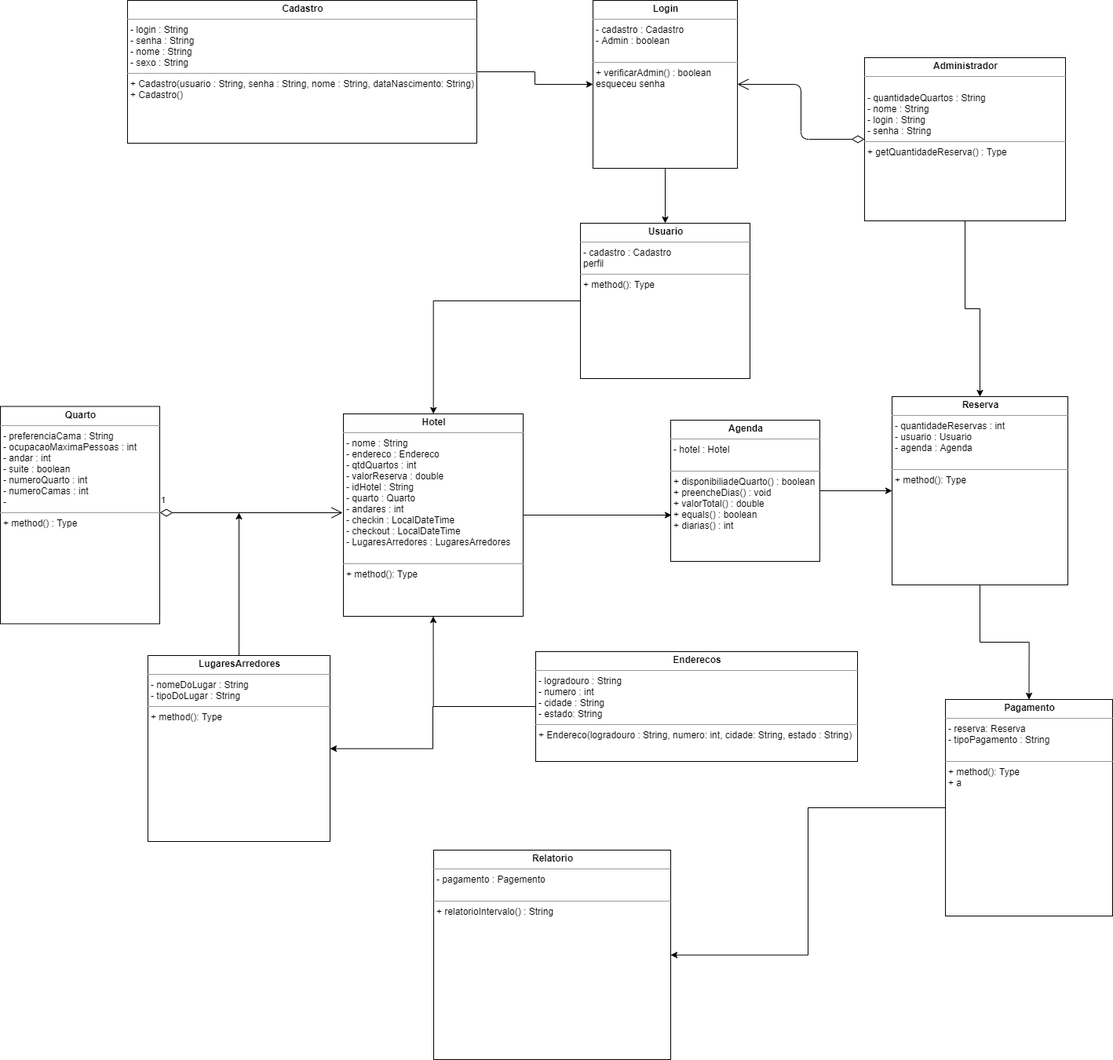
This is Diagrama UML Graduandos em Totólogia.png from pedrocmr/Projeto_Host4U, a draw.io export, as it was before one commit. Source tidied: cells renumbered, new cells last; positions are measured from the earlier drawing's top-left corner, leaving out a move shared by most shapes.
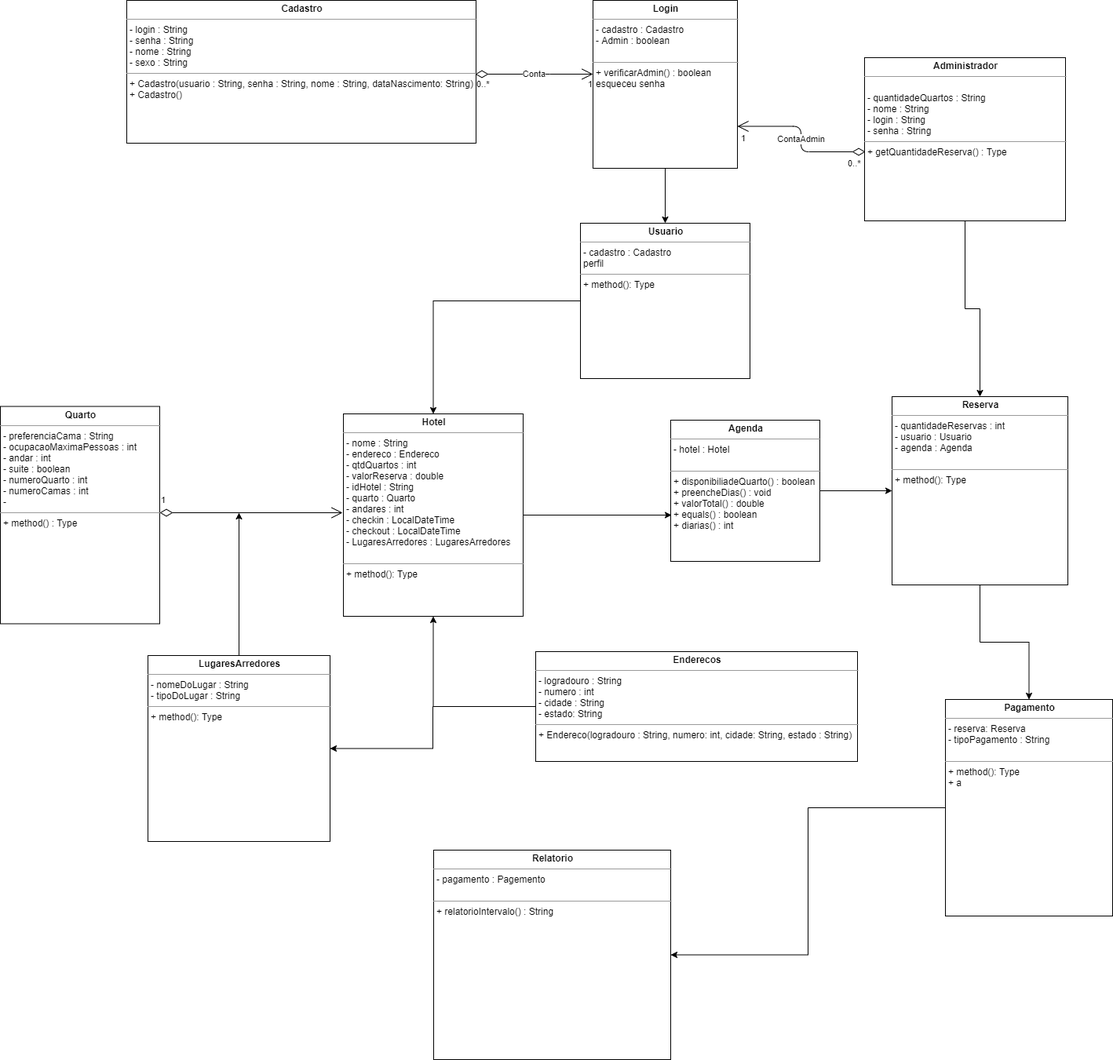
The same file after the commit.

Diff of the diagram source:
```diff
@@ -2,9 +2,6 @@
   <root>
     <mxCell id="0" />
     <mxCell id="1" parent="0" />
-    <mxCell id="2" style="endArrow=open;html=1;endSize=12;startArrow=diamondThin;startSize=14;startFill=0;edgeStyle=orthogonalEdgeStyle;fontFamily=Helvetica;fontSize=11;fontColor=#000000;align=center;strokeColor=#000000;" parent="1" edge="1" source="4" target="12">
-      <mxGeometry relative="1" as="geometry" />
-    </mxCell>
     <mxCell id="3" style="edgeStyle=orthogonalEdgeStyle;rounded=0;jettySize=auto;html=1;" parent="1" edge="1" source="4" target="21">
       <mxGeometry relative="1" as="geometry">
         <Array as="points">
@@ -40,11 +37,8 @@
     <mxCell id="12" value="&lt;p style=&quot;margin: 0px ; margin-top: 4px ; text-align: center&quot;&gt;&lt;b&gt;Login&lt;/b&gt;&lt;/p&gt;&lt;hr size=&quot;1&quot;&gt;&lt;p style=&quot;margin: 0px ; margin-left: 4px&quot;&gt;- cadastro : Cadastro&lt;/p&gt;&lt;p style=&quot;margin: 0px ; margin-left: 4px&quot;&gt;- Admin : boolean&lt;/p&gt;&lt;p style=&quot;margin: 0px ; margin-left: 4px&quot;&gt;&lt;br&gt;&lt;/p&gt;&lt;hr size=&quot;1&quot;&gt;&lt;p style=&quot;margin: 0px ; margin-left: 4px&quot;&gt;+ verificarAdmin() : boolean&lt;/p&gt;&lt;p style=&quot;margin: 0px ; margin-left: 4px&quot;&gt;esqueceu senha&lt;/p&gt;" style="verticalAlign=top;align=left;overflow=fill;fontSize=12;fontFamily=Helvetica;html=1;" parent="1" vertex="1">
       <mxGeometry x="755" width="184" height="214" as="geometry" />
     </mxCell>
-    <mxCell id="13" style="edgeStyle=orthogonalEdgeStyle;rounded=0;jettySize=auto;html=1;" parent="1" edge="1" source="14" target="12">
-      <mxGeometry relative="1" as="geometry" />
-    </mxCell>
     <mxCell id="14" value="&lt;p style=&quot;margin: 0px ; margin-top: 4px ; text-align: center&quot;&gt;&lt;b&gt;Cadastro&lt;/b&gt;&lt;/p&gt;&lt;hr size=&quot;1&quot;&gt;&lt;p style=&quot;margin: 0px ; margin-left: 4px&quot;&gt;- login : String&lt;/p&gt;&lt;p style=&quot;margin: 0px ; margin-left: 4px&quot;&gt;- senha : String&lt;/p&gt;&lt;p style=&quot;margin: 0px ; margin-left: 4px&quot;&gt;- nome : String&lt;/p&gt;&lt;p style=&quot;margin: 0px ; margin-left: 4px&quot;&gt;- sexo : String&amp;nbsp;&lt;/p&gt;&lt;hr size=&quot;1&quot;&gt;&lt;p style=&quot;margin: 0px ; margin-left: 4px&quot;&gt;+ Cadastro(usuario : String, senha : String, nome : String, dataNascimento: String)&lt;/p&gt;&lt;p style=&quot;margin: 0px ; margin-left: 4px&quot;&gt;+ Cadastro()&lt;/p&gt;&lt;p style=&quot;margin: 0px ; margin-left: 4px&quot;&gt;&lt;br&gt;&lt;/p&gt;" style="verticalAlign=top;align=left;overflow=fill;fontSize=12;fontFamily=Helvetica;html=1;" parent="1" vertex="1">
-      <mxGeometry x="162" width="445" height="182" as="geometry" />
+      <mxGeometry x="161" width="445" height="182" as="geometry" />
     </mxCell>
     <mxCell id="15" value="&lt;p style=&quot;margin: 0px ; margin-top: 4px ; text-align: center&quot;&gt;&lt;b&gt;Relatorio&lt;/b&gt;&lt;/p&gt;&lt;hr size=&quot;1&quot;&gt;&lt;p style=&quot;margin: 0px ; margin-left: 4px&quot;&gt;- pagamento : Pagemento&lt;/p&gt;&lt;p style=&quot;margin: 0px ; margin-left: 4px&quot;&gt;&lt;br&gt;&lt;/p&gt;&lt;hr size=&quot;1&quot;&gt;&lt;p style=&quot;margin: 0px ; margin-left: 4px&quot;&gt;+ relatorioIntervalo() : String&lt;/p&gt;" style="verticalAlign=top;align=left;overflow=fill;fontSize=12;fontFamily=Helvetica;html=1;" parent="1" vertex="1">
       <mxGeometry x="552" y="1083" width="302" height="267" as="geometry" />
@@ -89,5 +83,34 @@
         <mxPoint x="436" y="653" as="targetPoint" />
       </mxGeometry>
     </mxCell>
+    <mxCell id="27" value="Conta" style="endArrow=open;html=1;endSize=12;startArrow=diamondThin;startSize=14;startFill=0;edgeStyle=orthogonalEdgeStyle;" parent="1" edge="1">
+      <mxGeometry relative="1" as="geometry">
+        <mxPoint x="605" y="94" as="sourcePoint" />
+        <mxPoint x="755" y="94" as="targetPoint" />
+        <Array as="points">
+          <mxPoint x="690" y="94" />
+          <mxPoint x="690" y="94" />
+        </Array>
+      </mxGeometry>
+    </mxCell>
+    <mxCell id="28" value="0..*" style="edgeLabel;html=1;align=left;verticalAlign=top;" parent="27" vertex="1">
+      <mxGeometry x="-1" relative="1" as="geometry" />
+    </mxCell>
+    <mxCell id="29" value="1" style="edgeLabel;html=1;align=right;verticalAlign=top;" parent="27" vertex="1">
+      <mxGeometry x="1" relative="1" as="geometry" />
+    </mxCell>
+    <mxCell id="2" value="ContaAdmin" style="endArrow=open;html=1;endSize=12;startArrow=diamondThin;startSize=14;startFill=0;edgeStyle=orthogonalEdgeStyle;entryX=1;entryY=0.75;entryDx=0;entryDy=0;exitX=0.004;exitY=0.577;exitDx=0;exitDy=0;exitPerimeter=0;" parent="1" edge="1" source="4" target="12">
+      <mxGeometry relative="1" as="geometry" />
+    </mxCell>
+    <mxCell id="30" value="0..*" style="edgeLabel;html=1;align=left;verticalAlign=top;" parent="2" vertex="1">
+      <mxGeometry x="-1" relative="1" as="geometry">
+        <mxPoint x="-24" y="2" as="offset" />
+      </mxGeometry>
+    </mxCell>
+    <mxCell id="31" value="1" style="edgeLabel;html=1;align=right;verticalAlign=top;" parent="2" vertex="1">
+      <mxGeometry x="1" relative="1" as="geometry">
+        <mxPoint x="11.5" y="2.5" as="offset" />
+      </mxGeometry>
+    </mxCell>
   </root>
 </mxGraphModel>
```
